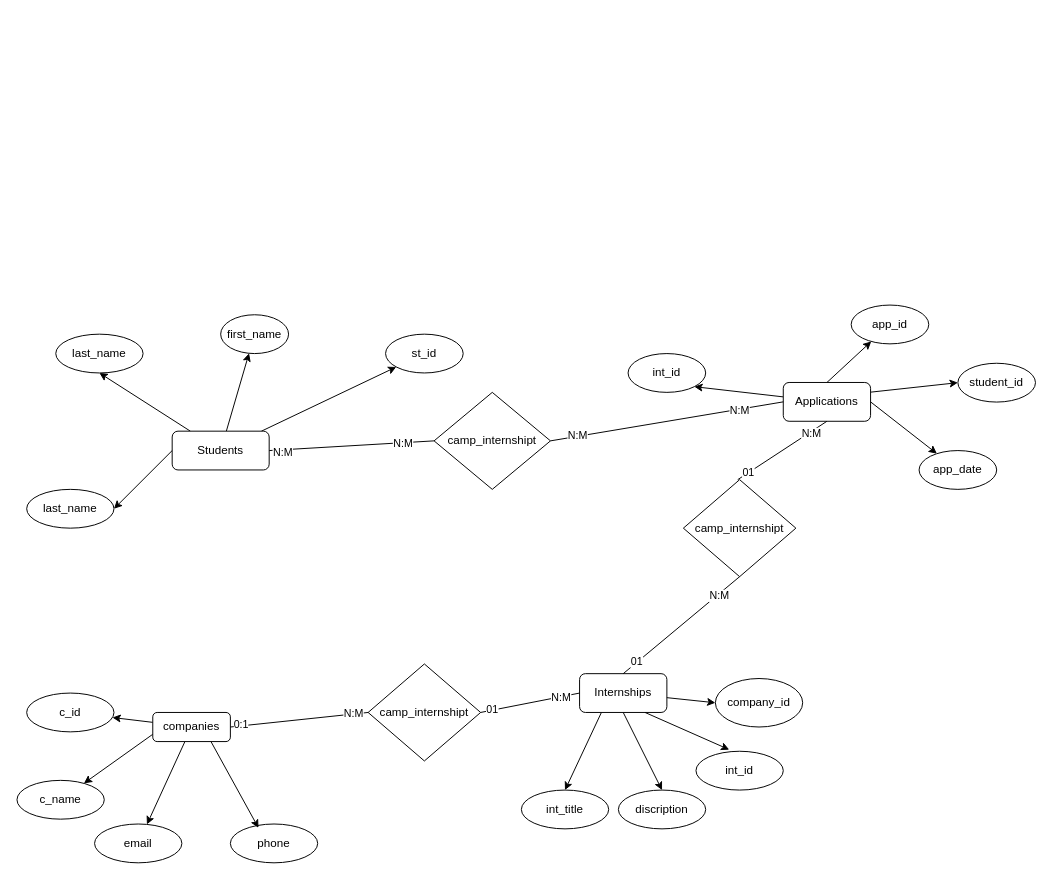
The draw.io diagram Untitled Diagram.drawio in OrsonCreed/ClassWorks, before the edit. Source tidied: cells renumbered, new cells numbered last; positions are measured from the earlier drawing's top-left corner, leaving out a move shared by most shapes. Both pictures are drawn from the tidied source at 97%, with x=0, y=0 at pixel (16, 305).
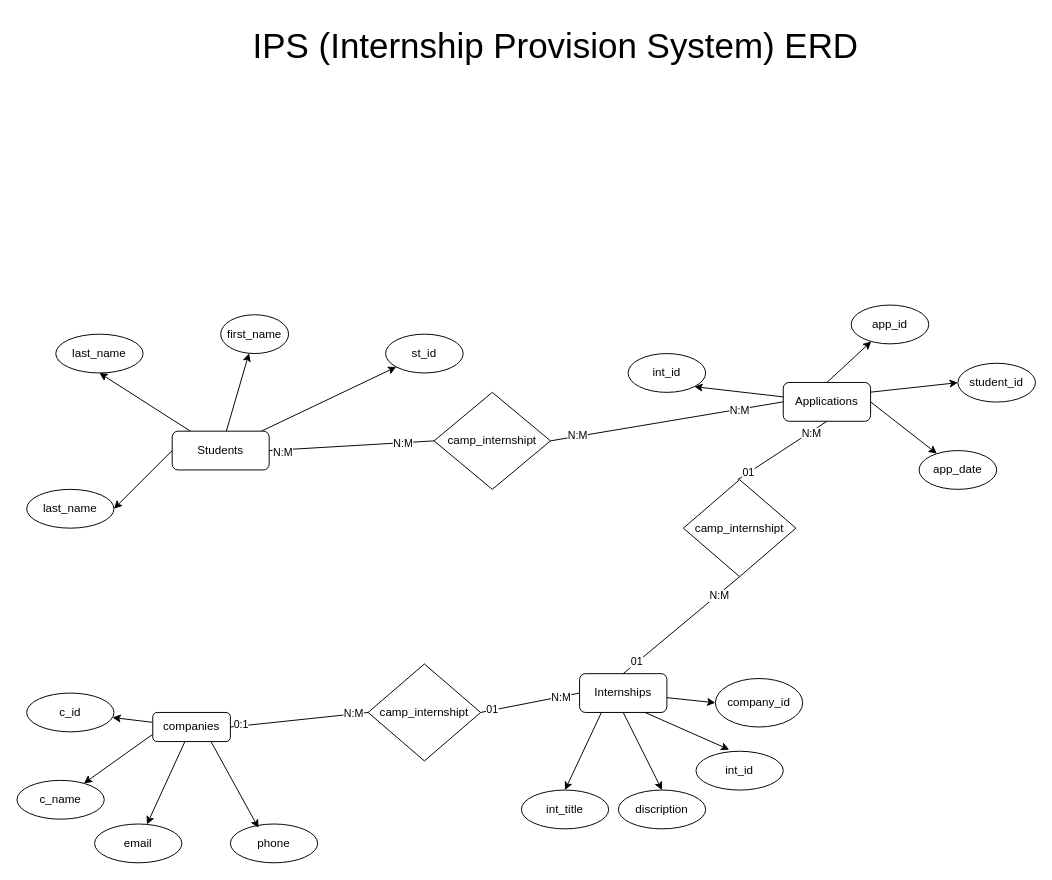
After the change.

The edit, as a diff of the source:
```diff
@@
+    <mxCell id="60" value="&lt;font style=&quot;font-size: 36px;&quot;&gt;IPS (Internship Provision System) ERD&lt;/font&gt;" style="text;html=1;align=center;verticalAlign=middle;strokeColor=none;fillColor=none;" parent="1" vertex="1">
+      <mxGeometry x="230" y="-297" width="650" height="60" as="geometry" />
+    </mxCell>
```
